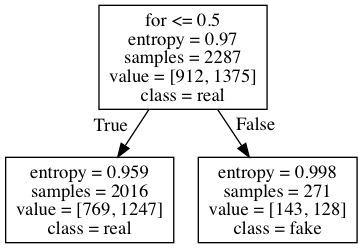
Above: tree0.png in derekli19951103/MLa3 (Graphviz), before the change. Its source is kept beside it as tree0.dot.
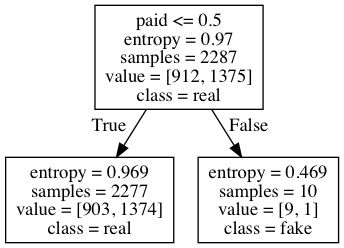
The same diagram one commit later.

Diff of the diagram source:
```diff
@@ -1,8 +1,8 @@
 digraph Tree {
 node [shape=box] ;
-0 [label="for <= 0.5\nentropy = 0.97\nsamples = 2287\nvalue = [912, 1375]\nclass = real"] ;
-1 [label="entropy = 0.959\nsamples = 2016\nvalue = [769, 1247]\nclass = real"] ;
+0 [label="paid <= 0.5\nentropy = 0.97\nsamples = 2287\nvalue = [912, 1375]\nclass = real"] ;
+1 [label="entropy = 0.969\nsamples = 2277\nvalue = [903, 1374]\nclass = real"] ;
 0 -> 1 [labeldistance=2.5, labelangle=45, headlabel="True"] ;
-2 [label="entropy = 0.998\nsamples = 271\nvalue = [143, 128]\nclass = fake"] ;
+2 [label="entropy = 0.469\nsamples = 10\nvalue = [9, 1]\nclass = fake"] ;
 0 -> 2 [labeldistance=2.5, labelangle=-45, headlabel="False"] ;
 }
```
